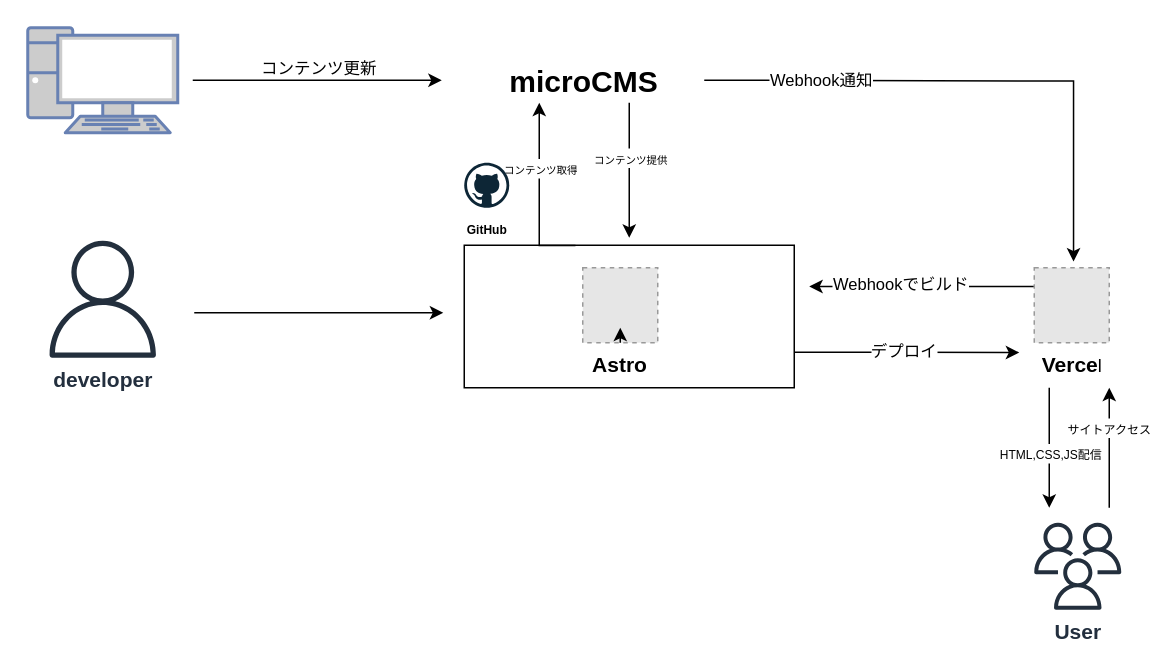
H-ymt/nailsalon-astro-microcms-template keeps this draw.io diagram as 名称未設定ファイル.drawio. Above is the earlier version. Source tidied: cells renumbered, new cells numbered last; positions are measured from the earlier drawing's top-left corner, leaving out a move shared by most shapes. Both pictures are drawn from the tidied source at 150%, with x=0, y=0 at pixel (27, 27). Pictures stored in the file or linked from it are replaced by grey dashed boxes.
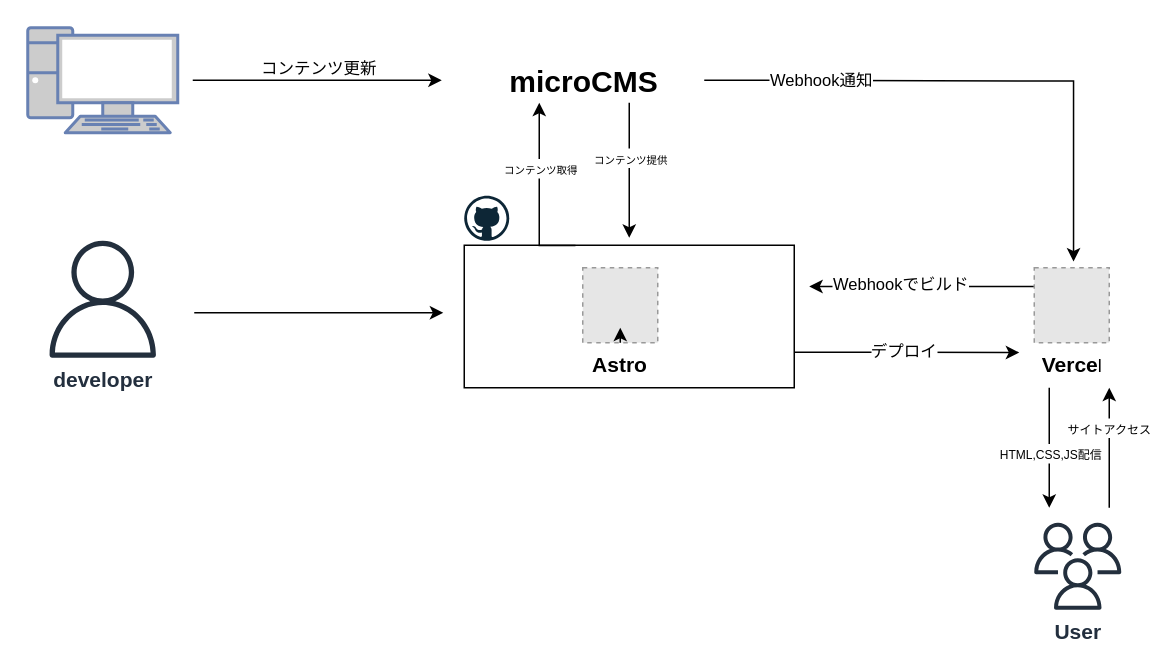
Above is the later version.

Commit message (it also covers changes not shown here):
名称未設定ファイル.drawio を更新します

The edit, as a diff of the source:
```diff
@@
-    <mxCell id="7" value="&lt;font size=&quot;1&quot;&gt;&lt;b style=&quot;font-size: 8px;&quot;&gt;GitHub&lt;/b&gt;&lt;/font&gt;" style="dashed=0;html=1;align=center;labelPosition=center;verticalLabelPosition=bottom;verticalAlign=top;shape=mxgraph.weblogos.github;flipH=0;flipV=0;" parent="1" vertex="1">
-      <mxGeometry x="291" y="90" width="30" height="30" as="geometry" />
+    <mxCell id="7" style="dashed=0;html=1;align=center;labelPosition=center;verticalLabelPosition=bottom;verticalAlign=top;shape=mxgraph.weblogos.github;flipH=0;flipV=0;" parent="1" vertex="1">
+      <mxGeometry x="291" y="112" width="30" height="30" as="geometry" />
     </mxCell>
```
